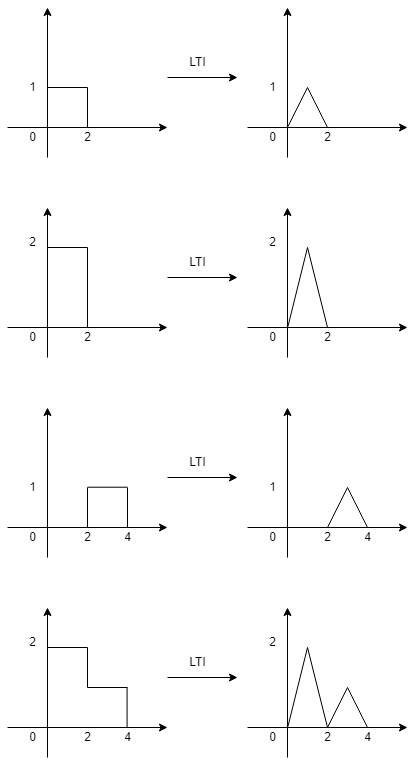
Before: ContinuousLTIConvolution1.drawio.png, a diagram exported from draw.io (NightDogC/QuickPost). Source tidied: cells renumbered, new cells last; positions are measured from the earlier drawing's top-left corner, leaving out a move shared by most shapes.
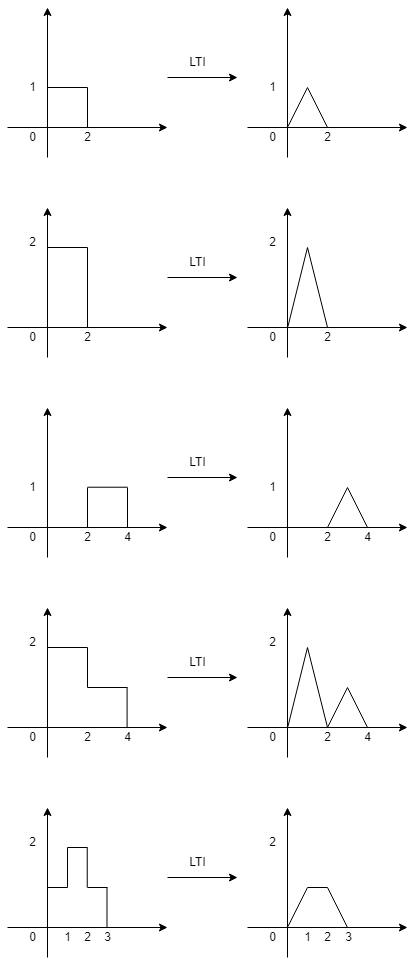
After the commit.

What changed in the source:
```diff
@@ -341,5 +341,121 @@
     <mxCell id="74" value="4" style="text;html=1;align=center;verticalAlign=middle;strokeColor=none;fillColor=none;" parent="1" vertex="1">
       <mxGeometry x="345" y="715" width="30" height="30" as="geometry" />
     </mxCell>
+    <mxCell id="75" style="endArrow=classic;html=1;rounded=0;" parent="1" edge="1">
+      <mxGeometry relative="1" as="geometry">
+        <mxPoint y="920" as="sourcePoint" />
+        <mxPoint x="160" y="920" as="targetPoint" />
+      </mxGeometry>
+    </mxCell>
+    <mxCell id="76" style="endArrow=classic;html=1;rounded=0;" parent="1" edge="1">
+      <mxGeometry relative="1" as="geometry">
+        <mxPoint x="40" y="950" as="sourcePoint" />
+        <mxPoint x="40" y="800" as="targetPoint" />
+      </mxGeometry>
+    </mxCell>
+    <mxCell id="77" style="endArrow=none;html=1;rounded=0;" parent="1" edge="1">
+      <mxGeometry relative="1" as="geometry">
+        <mxPoint x="40" y="880" as="sourcePoint" />
+        <mxPoint x="60" y="880" as="targetPoint" />
+      </mxGeometry>
+    </mxCell>
+    <mxCell id="78" style="endArrow=none;html=1;rounded=0;" parent="1" edge="1">
+      <mxGeometry relative="1" as="geometry">
+        <mxPoint x="60" y="880" as="sourcePoint" />
+        <mxPoint x="60" y="840" as="targetPoint" />
+      </mxGeometry>
+    </mxCell>
+    <mxCell id="79" value="2" style="text;html=1;align=center;verticalAlign=middle;strokeColor=none;fillColor=none;" parent="1" vertex="1">
+      <mxGeometry x="10" y="820" width="30" height="30" as="geometry" />
+    </mxCell>
+    <mxCell id="80" value="0" style="text;html=1;align=center;verticalAlign=middle;strokeColor=none;fillColor=none;" parent="1" vertex="1">
+      <mxGeometry x="10" y="915" width="30" height="30" as="geometry" />
+    </mxCell>
+    <mxCell id="81" value="2" style="text;html=1;align=center;verticalAlign=middle;strokeColor=none;fillColor=none;" parent="1" vertex="1">
+      <mxGeometry x="65" y="915" width="30" height="30" as="geometry" />
+    </mxCell>
+    <mxCell id="82" style="endArrow=classic;html=1;rounded=0;" parent="1" edge="1">
+      <mxGeometry relative="1" as="geometry">
+        <mxPoint x="240" y="920" as="sourcePoint" />
+        <mxPoint x="400" y="920" as="targetPoint" />
+      </mxGeometry>
+    </mxCell>
+    <mxCell id="83" style="endArrow=classic;html=1;rounded=0;" parent="1" edge="1">
+      <mxGeometry relative="1" as="geometry">
+        <mxPoint x="280" y="950" as="sourcePoint" />
+        <mxPoint x="280" y="800" as="targetPoint" />
+      </mxGeometry>
+    </mxCell>
+    <mxCell id="84" style="endArrow=none;html=1;rounded=0;exitX=1.014;exitY=0.136;exitDx=0;exitDy=0;exitPerimeter=0;" parent="1" edge="1" source="87">
+      <mxGeometry relative="1" as="geometry">
+        <mxPoint x="300" y="880" as="targetPoint" />
+      </mxGeometry>
+    </mxCell>
+    <mxCell id="85" style="endArrow=none;html=1;rounded=0;" parent="1" edge="1">
+      <mxGeometry relative="1" as="geometry">
+        <mxPoint x="320" y="880" as="sourcePoint" />
+        <mxPoint x="300" y="880" as="targetPoint" />
+      </mxGeometry>
+    </mxCell>
+    <mxCell id="86" value="2" style="text;html=1;align=center;verticalAlign=middle;strokeColor=none;fillColor=none;" parent="1" vertex="1">
+      <mxGeometry x="250" y="820" width="30" height="30" as="geometry" />
+    </mxCell>
+    <mxCell id="87" value="0" style="text;html=1;align=center;verticalAlign=middle;points=[];strokeColor=none;fillColor=none;" parent="1" vertex="1">
+      <mxGeometry x="250" y="915" width="30" height="30" as="geometry" />
+    </mxCell>
+    <mxCell id="88" value="2" style="text;html=1;align=center;verticalAlign=middle;strokeColor=none;fillColor=none;" parent="1" vertex="1">
+      <mxGeometry x="305" y="915" width="30" height="30" as="geometry" />
+    </mxCell>
+    <mxCell id="89" style="endArrow=classic;html=1;rounded=0;" parent="1" edge="1">
+      <mxGeometry relative="1" as="geometry">
+        <mxPoint x="160" y="870" as="sourcePoint" />
+        <mxPoint x="230" y="870" as="targetPoint" />
+      </mxGeometry>
+    </mxCell>
+    <mxCell id="90" value="LTI" style="text;html=1;align=center;verticalAlign=middle;strokeColor=none;fillColor=none;" parent="1" vertex="1">
+      <mxGeometry x="170" y="840" width="40" height="30" as="geometry" />
+    </mxCell>
+    <mxCell id="91" style="endArrow=none;html=1;rounded=0;" parent="1" edge="1">
+      <mxGeometry relative="1" as="geometry">
+        <mxPoint x="60" y="840" as="sourcePoint" />
+        <mxPoint x="80" y="840" as="targetPoint" />
+      </mxGeometry>
+    </mxCell>
+    <mxCell id="92" style="endArrow=none;html=1;rounded=0;" parent="1" edge="1">
+      <mxGeometry relative="1" as="geometry">
+        <mxPoint x="79.7" y="880" as="sourcePoint" />
+        <mxPoint x="79.7" y="840" as="targetPoint" />
+      </mxGeometry>
+    </mxCell>
+    <mxCell id="93" value="3" style="text;html=1;align=center;verticalAlign=middle;strokeColor=none;fillColor=none;" parent="1" vertex="1">
+      <mxGeometry x="85" y="915" width="30" height="30" as="geometry" />
+    </mxCell>
+    <mxCell id="94" style="endArrow=none;html=1;rounded=0;" parent="1" edge="1">
+      <mxGeometry relative="1" as="geometry">
+        <mxPoint x="340" y="920" as="sourcePoint" />
+        <mxPoint x="320" y="880" as="targetPoint" />
+      </mxGeometry>
+    </mxCell>
+    <mxCell id="95" value="3" style="text;html=1;align=center;verticalAlign=middle;strokeColor=none;fillColor=none;" parent="1" vertex="1">
+      <mxGeometry x="326" y="915" width="30" height="30" as="geometry" />
+    </mxCell>
+    <mxCell id="96" style="endArrow=none;html=1;rounded=0;" parent="1" edge="1">
+      <mxGeometry relative="1" as="geometry">
+        <mxPoint x="100" y="880" as="sourcePoint" />
+        <mxPoint x="80" y="880" as="targetPoint" />
+      </mxGeometry>
+    </mxCell>
+    <mxCell id="97" style="endArrow=none;html=1;rounded=0;" parent="1" edge="1">
+      <mxGeometry x="-1" y="-10" relative="1" as="geometry">
+        <mxPoint x="99.5" y="920" as="sourcePoint" />
+        <mxPoint x="99.5" y="880" as="targetPoint" />
+      </mxGeometry>
+    </mxCell>
+    <mxCell id="98" value="1" style="text;html=1;align=center;verticalAlign=middle;strokeColor=none;fillColor=none;" parent="1" vertex="1">
+      <mxGeometry x="45" y="915" width="30" height="30" as="geometry" />
+    </mxCell>
+    <mxCell id="99" value="1" style="text;html=1;align=center;verticalAlign=middle;strokeColor=none;fillColor=none;" parent="1" vertex="1">
+      <mxGeometry x="285" y="915" width="30" height="30" as="geometry" />
+    </mxCell>
   </root>
 </mxGraphModel>
```
